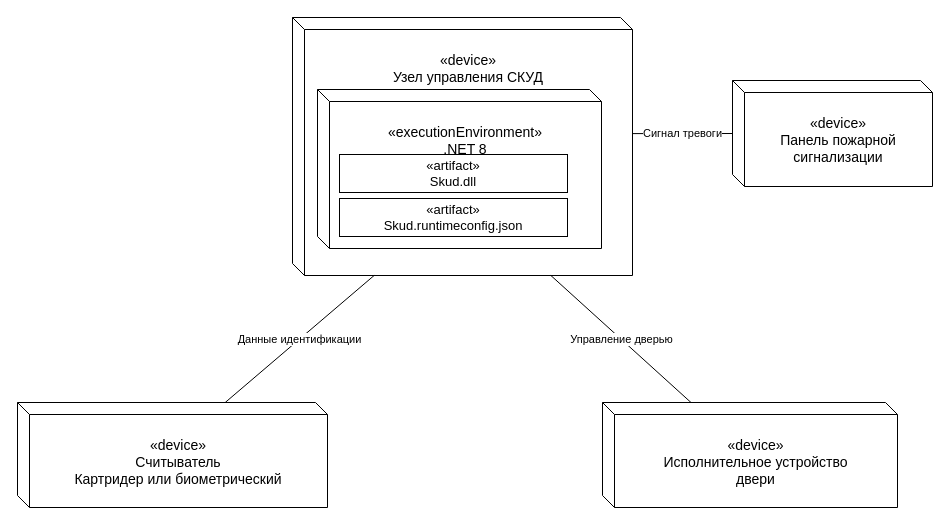
Above: page "ЛР4 — 3. Диаграмма развёртывания" (16 of 16) of СКУД.drawio in Rem1yo/ooap-skud-uml (draw.io), before the change. Source tidied: cells renumbered, new cells numbered last; positions are measured from the earlier drawing's top-left corner, leaving out a move shared by most shapes. Both pictures are drawn from the tidied source at 100%, with x=0, y=0 at pixel (17, 17).
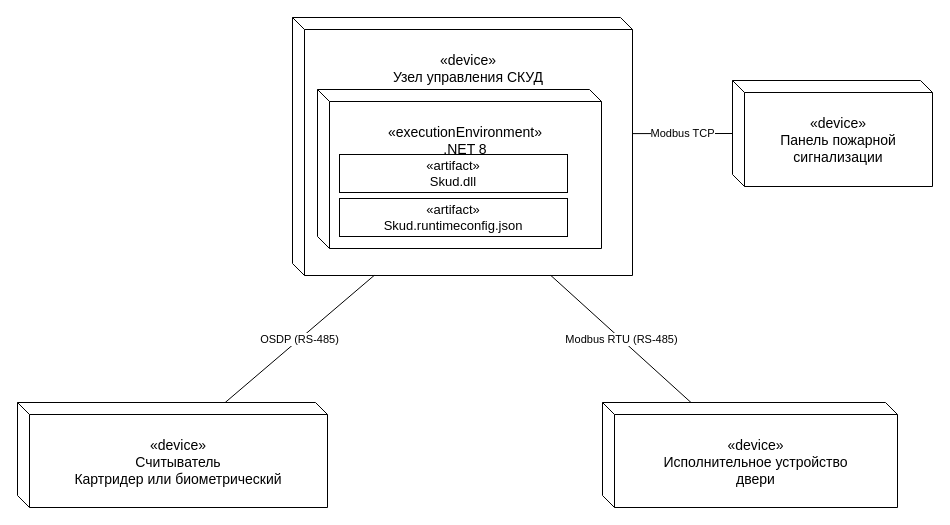
The same diagram, later.

Diff of the diagram source:
```diff
@@
 <mxGraphModel background="#FFFFFF">
   <root>
     <mxCell id="0" />
     <mxCell id="1" parent="0" />
     <mxCell id="2" value="«device»&lt;br&gt;Узел управления СКУД" style="html=1;whiteSpace=wrap;fillColor=#ffffff;strokeColor=#000000;fontColor=#000000;shape=cube;size=12;boundedLbl=1;verticalAlign=top;spacingTop=16;fontSize=14;" parent="1" vertex="1">
       <mxGeometry x="275" width="340" height="258" as="geometry" />
     </mxCell>
     <mxCell id="3" value="«executionEnvironment»&lt;br&gt;.NET 8" style="html=1;whiteSpace=wrap;fillColor=#ffffff;strokeColor=#000000;fontColor=#000000;shape=cube;size=12;boundedLbl=1;verticalAlign=top;spacingTop=16;fontSize=14;" parent="2" vertex="1">
       <mxGeometry x="25" y="72" width="284" height="159" as="geometry" />
     </mxCell>
     <mxCell id="4" value="«artifact»&lt;br&gt;Skud.dll" style="html=1;whiteSpace=wrap;fillColor=#ffffff;strokeColor=#000000;fontColor=#000000;fontSize=13;" parent="3" vertex="1">
       <mxGeometry x="22" y="65" width="228" height="38" as="geometry" />
     </mxCell>
     <mxCell id="5" value="«artifact»&lt;br&gt;Skud.runtimeconfig.json" style="html=1;whiteSpace=wrap;fillColor=#ffffff;strokeColor=#000000;fontColor=#000000;fontSize=13;" parent="3" vertex="1">
       <mxGeometry x="22" y="109" width="228" height="38" as="geometry" />
     </mxCell>
     <mxCell id="6" value="«device»&lt;br&gt;Панель пожарной&lt;br&gt;сигнализации" style="html=1;whiteSpace=wrap;fillColor=#ffffff;strokeColor=#000000;fontColor=#000000;shape=cube;size=12;boundedLbl=1;verticalAlign=top;spacingTop=16;fontSize=14;" parent="1" vertex="1">
       <mxGeometry x="715" y="63" width="200" height="106" as="geometry" />
     </mxCell>
     <mxCell id="7" value="«device»&lt;br&gt;Считыватель&lt;br&gt;Картридер или биометрический" style="html=1;whiteSpace=wrap;fillColor=#ffffff;strokeColor=#000000;fontColor=#000000;shape=cube;size=12;boundedLbl=1;verticalAlign=top;spacingTop=16;fontSize=14;" parent="1" vertex="1">
       <mxGeometry y="385" width="310" height="105" as="geometry" />
     </mxCell>
     <mxCell id="8" value="«device»&lt;br&gt;Исполнительное устройство&lt;br&gt;двери" style="html=1;whiteSpace=wrap;fillColor=#ffffff;strokeColor=#000000;fontColor=#000000;shape=cube;size=12;boundedLbl=1;verticalAlign=top;spacingTop=16;fontSize=14;" parent="1" vertex="1">
       <mxGeometry x="585" y="385" width="295" height="105" as="geometry" />
     </mxCell>
-    <mxCell id="9" value="Сигнал тревоги" style="html=1;strokeColor=#000000;endArrow=none;startArrow=none;labelBackgroundColor=#ffffff;exitX=1;exitY=0.45;entryX=0;entryY=0.5;" parent="1" edge="1" source="2" target="6">
+    <mxCell id="9" value="Modbus TCP" style="html=1;strokeColor=#000000;endArrow=none;startArrow=none;labelBackgroundColor=#ffffff;exitX=1;exitY=0.45;entryX=0;entryY=0.5;" parent="1" edge="1" source="2" target="6">
       <mxGeometry relative="1" as="geometry" />
     </mxCell>
-    <mxCell id="10" value="Данные идентификации" style="html=1;strokeColor=#000000;endArrow=none;startArrow=none;labelBackgroundColor=#ffffff;exitX=0.24;exitY=1;entryX=0.67;entryY=0;" parent="1" edge="1" source="2" target="7">
+    <mxCell id="10" value="OSDP (RS-485)" style="html=1;strokeColor=#000000;endArrow=none;startArrow=none;labelBackgroundColor=#ffffff;exitX=0.24;exitY=1;entryX=0.67;entryY=0;" parent="1" edge="1" source="2" target="7">
       <mxGeometry relative="1" as="geometry" />
     </mxCell>
-    <mxCell id="11" value="Управление дверью" style="html=1;strokeColor=#000000;endArrow=none;startArrow=none;labelBackgroundColor=#ffffff;exitX=0.76;exitY=1;entryX=0.30;entryY=0;" parent="1" edge="1" source="2" target="8">
+    <mxCell id="11" value="Modbus RTU (RS-485)" style="html=1;strokeColor=#000000;endArrow=none;startArrow=none;labelBackgroundColor=#ffffff;exitX=0.76;exitY=1;entryX=0.30;entryY=0;" parent="1" edge="1" source="2" target="8">
       <mxGeometry relative="1" as="geometry" />
     </mxCell>
   </root>
 </mxGraphModel>
```
